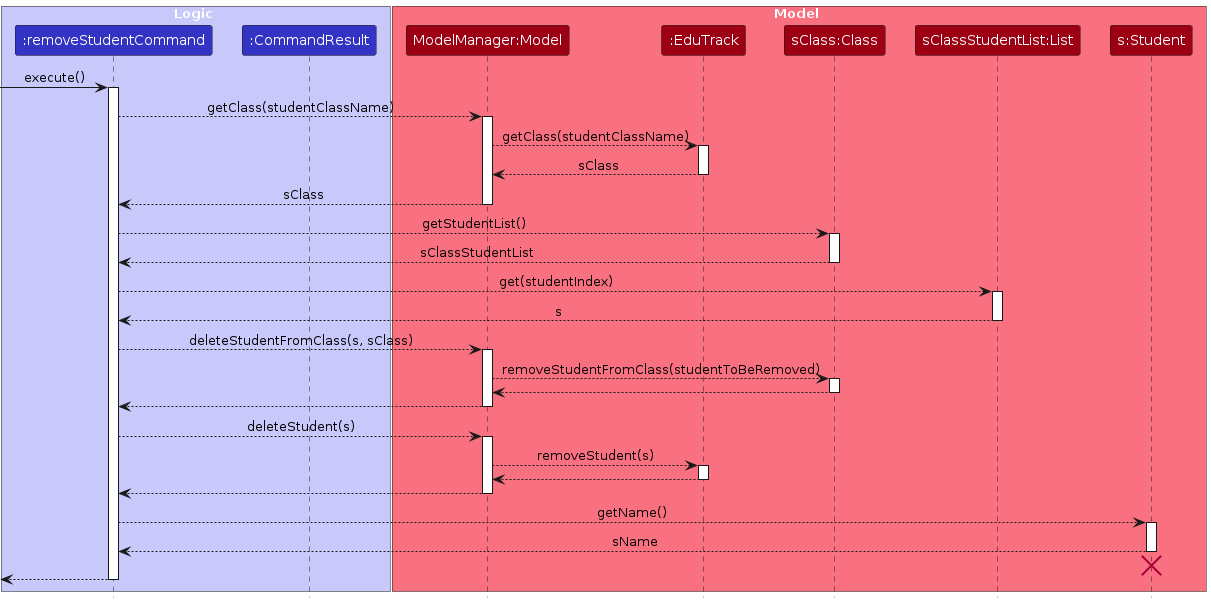
Before: diagrams/RemoveStudentSequenceDiagram.png, a diagram exported from PlantUML (sudarshan2401/tp). Its source is kept beside it as diagrams/RemoveStudentSequenceDiagram.puml.
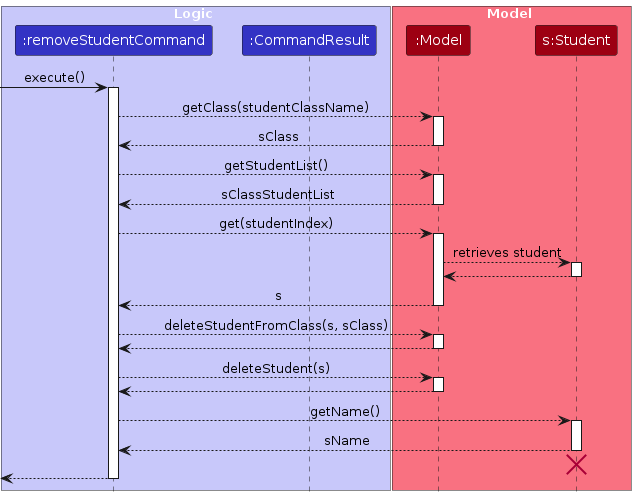
After the commit.

Diff of the diagram source:
```diff
@@ -8,10 +8,7 @@
 end box
 
 box Model MODEL_COLOR_T1
-participant "ModelManager:Model" as Model MODEL_COLOR
-participant ":EduTrack" as EduTrack MODEL_COLOR
-participant "sClass:Class" as Class MODEL_COLOR
-participant "sClassStudentList:List" as List MODEL_COLOR
+participant ":Model" as Model MODEL_COLOR
 participant "s:Student" as Student MODEL_COLOR
 end box
 
@@ -21,47 +18,37 @@
 RemoveStudentCommand --> Model : getClass(studentClassName)
 activate Model
 
-Model --> EduTrack : getClass(studentClassName)
-activate EduTrack
-
-EduTrack --> Model : sClass
-deactivate EduTrack
-
 Model --> RemoveStudentCommand : sClass
 deactivate Model
 
-RemoveStudentCommand --> Class : getStudentList()
-activate Class
+RemoveStudentCommand --> Model : getStudentList()
+activate Model
 
-Class --> RemoveStudentCommand : sClassStudentList
-deactivate Class
 
-RemoveStudentCommand --> List : get(studentIndex)
-activate List
+Model --> RemoveStudentCommand : sClassStudentList
+deactivate Model
 
-List --> RemoveStudentCommand : s
-deactivate List
+RemoveStudentCommand --> Model : get(studentIndex)
+activate Model
+
+Model --> Student : retrieves student
+activate Student
+
+Student --> Model
+deactivate Student
+
+Model --> RemoveStudentCommand : s
+deactivate Model
 
 RemoveStudentCommand --> Model : deleteStudentFromClass(s, sClass)
 activate Model
 
-Model --> Class : removeStudentFromClass(studentToBeRemoved)
-activate Class
-
-Class --> Model
-deactivate Class
 
 Model --> RemoveStudentCommand
 deactivate Model
 
 RemoveStudentCommand --> Model : deleteStudent(s)
 activate Model
-
-Model --> EduTrack : removeStudent(s)
-activate EduTrack
-
-EduTrack --> Model
-deactivate EduTrack
 
 Model --> RemoveStudentCommand
 deactivate Model
```
